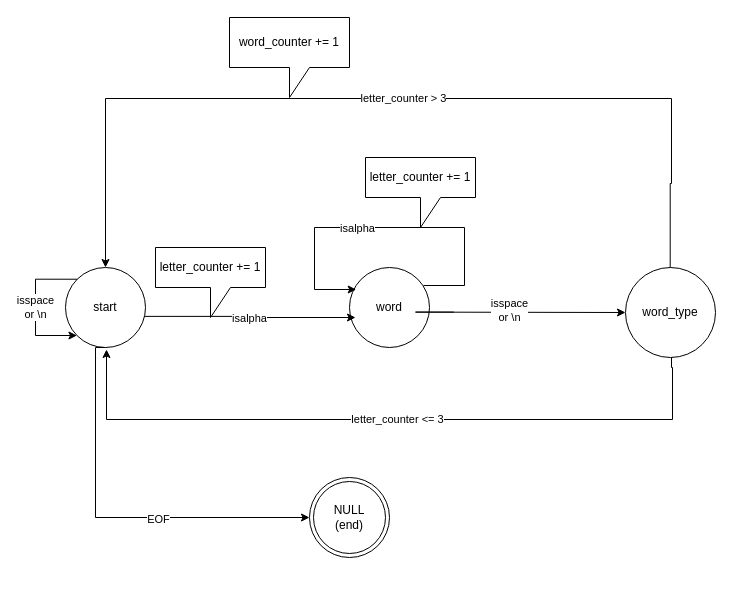
Earlier version of the draw.io diagram Диаграмма без названия.drawio (Vasyandragit/Vasyandragit). Source tidied: cells renumbered, new cells numbered last; positions are measured from the earlier drawing's top-left corner, leaving out a move shared by most shapes. Both pictures are drawn from the tidied source at 100%, with x=0, y=0 at pixel (35, 17).
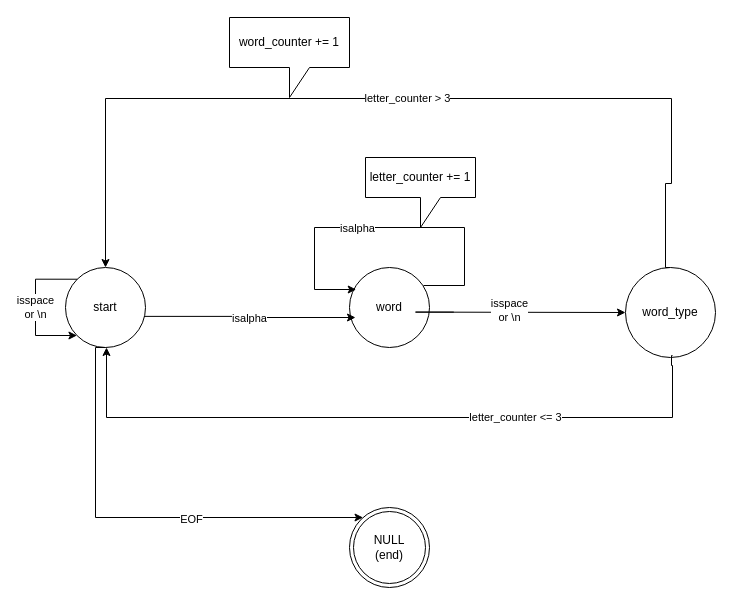
The same page after the edit.

Unchanged cells that the change refers to:
```xml
<mxCell id="2" value="start" style="ellipse;whiteSpace=wrap;html=1;" parent="1" vertex="1">
  <mxGeometry x="30" y="250" width="80" height="80" as="geometry" />
</mxCell>
```

Diff of the diagram source:
```diff
@@
     <mxCell id="3" value="NULL&lt;br&gt;(end)" style="ellipse;shape=doubleEllipse;whiteSpace=wrap;html=1;" parent="1" vertex="1">
-      <mxGeometry x="274" y="460" width="80" height="80" as="geometry" />
+      <mxGeometry x="314" y="490" width="80" height="80" as="geometry" />
     </mxCell>
@@
-    <mxCell id="9" value="letter_counter += 1" style="shape=callout;whiteSpace=wrap;html=1;perimeter=calloutPerimeter;" parent="1" vertex="1">
-      <mxGeometry x="120" y="230" width="110" height="70" as="geometry" />
-    </mxCell>
@@
     <mxCell id="16" style="endArrow=classic;html=1;rounded=0;edgeStyle=orthogonalEdgeStyle;entryX=0.5;entryY=0;entryDx=0;entryDy=0;" parent="1" edge="1" target="2">
       <mxGeometry relative="1" as="geometry">
         <mxPoint x="634.7" y="250" as="sourcePoint" />
         <Array as="points">
-          <mxPoint x="635" y="166" />
+          <mxPoint x="630" y="250" />
+          <mxPoint x="630" y="166" />
           <mxPoint x="636" y="166" />
           <mxPoint x="636" y="81" />
           <mxPoint x="70" y="81" />
         </Array>
       </mxGeometry>
     </mxCell>
@@
     <mxCell id="18" style="endArrow=classic;html=1;rounded=0;edgeStyle=orthogonalEdgeStyle;" parent="1" edge="1">
       <mxGeometry relative="1" as="geometry">
-        <mxPoint x="637" y="340" as="sourcePoint" />
-        <mxPoint x="71" y="332" as="targetPoint" />
+        <mxPoint x="637" y="338" as="sourcePoint" />
+        <mxPoint x="71" y="330" as="targetPoint" />
         <Array as="points">
-          <mxPoint x="636" y="350" />
-          <mxPoint x="637" y="350" />
-          <mxPoint x="637" y="402" />
-          <mxPoint x="71" y="402" />
+          <mxPoint x="636" y="348" />
+          <mxPoint x="637" y="348" />
+          <mxPoint x="637" y="400" />
+          <mxPoint x="71" y="400" />
         </Array>
       </mxGeometry>
     </mxCell>
     <mxCell id="19" value="letter_counter &amp;lt;= 3" style="edgeLabel;html=1;align=center;verticalAlign=middle;" parent="18" vertex="1">
-      <mxGeometry x="-0.03" y="-1" relative="1" as="geometry" />
+      <mxGeometry x="-0.03" y="-1" relative="1" as="geometry">
+        <mxPoint x="118" as="offset" />
+      </mxGeometry>
     </mxCell>
```
